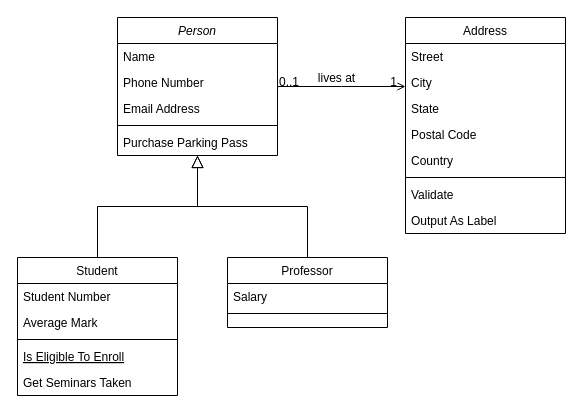
Earlier version of the draw.io diagram src/modulo_05/exercicio5_07/exercicio_05.07.drawio (enascentedev/Java-AlgaWorks). Source tidied: cells renumbered, new cells numbered last; positions are measured from the earlier drawing's top-left corner, leaving out a move shared by most shapes. Both pictures are drawn from the tidied source at 100%, with x=0, y=0 at pixel (17, 17).
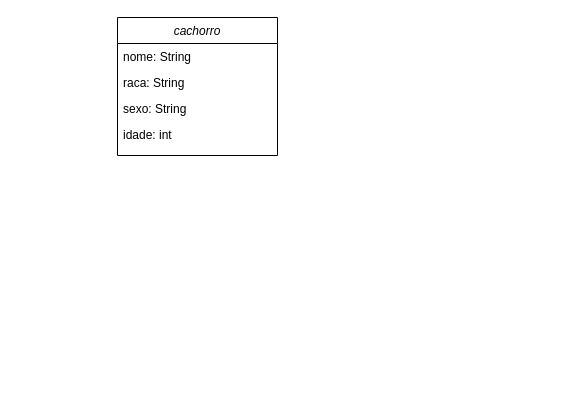
The same diagram, later.

What changed in the source:
```diff
@@
-    <mxCell id="2" value="Person" style="swimlane;fontStyle=2;align=center;verticalAlign=top;horizontal=1;startSize=26;rounded=0;shadow=0;strokeWidth=1;" parent="1" vertex="1">
+    <mxCell id="2" value="cachorro" style="swimlane;fontStyle=2;align=center;verticalAlign=top;horizontal=1;startSize=26;rounded=0;shadow=0;strokeWidth=1;" parent="1" vertex="1">
       <mxGeometry x="100" width="160" height="138" as="geometry" />
     </mxCell>
-    <mxCell id="3" value="Name" style="text;align=left;verticalAlign=top;spacingLeft=4;spacingRight=4;overflow=hidden;" parent="2" vertex="1">
+    <mxCell id="3" value="nome: String" style="text;align=left;verticalAlign=top;spacingLeft=4;spacingRight=4;overflow=hidden;" parent="2" vertex="1">
       <mxGeometry y="26" width="160" height="26" as="geometry" />
     </mxCell>
-    <mxCell id="4" value="Phone Number" style="text;align=left;verticalAlign=top;spacingLeft=4;spacingRight=4;overflow=hidden;rounded=0;shadow=0;html=0;" parent="2" vertex="1">
+    <mxCell id="4" value="raca: String" style="text;align=left;verticalAlign=top;spacingLeft=4;spacingRight=4;overflow=hidden;rounded=0;shadow=0;html=0;" parent="2" vertex="1">
       <mxGeometry y="52" width="160" height="26" as="geometry" />
     </mxCell>
-    <mxCell id="5" value="Email Address" style="text;align=left;verticalAlign=top;spacingLeft=4;spacingRight=4;overflow=hidden;rounded=0;shadow=0;html=0;" parent="2" vertex="1">
+    <mxCell id="5" value="sexo: String" style="text;align=left;verticalAlign=top;spacingLeft=4;spacingRight=4;overflow=hidden;rounded=0;shadow=0;html=0;" parent="2" vertex="1">
       <mxGeometry y="78" width="160" height="26" as="geometry" />
     </mxCell>
-    <mxCell id="6" style="line;html=1;strokeWidth=1;align=left;verticalAlign=middle;spacingTop=-1;spacingLeft=3;spacingRight=3;labelPosition=right;" parent="2" vertex="1">
-      <mxGeometry y="104" width="160" height="8" as="geometry" />
-    </mxCell>
-    <mxCell id="7" value="Purchase Parking Pass" style="text;align=left;verticalAlign=top;spacingLeft=4;spacingRight=4;overflow=hidden;" parent="2" vertex="1">
-      <mxGeometry y="112" width="160" height="26" as="geometry" />
-    </mxCell>
-    <mxCell id="8" value="Student" style="swimlane;fontStyle=0;align=center;verticalAlign=top;horizontal=1;startSize=26;rounded=0;shadow=0;strokeWidth=1;" parent="1" vertex="1">
-      <mxGeometry y="240" width="160" height="138" as="geometry" />
-    </mxCell>
-    <mxCell id="9" value="Student Number" style="text;align=left;verticalAlign=top;spacingLeft=4;spacingRight=4;overflow=hidden;" parent="8" vertex="1">
-      <mxGeometry y="26" width="160" height="26" as="geometry" />
-    </mxCell>
-    <mxCell id="10" value="Average Mark" style="text;align=left;verticalAlign=top;spacingLeft=4;spacingRight=4;overflow=hidden;rounded=0;shadow=0;html=0;" parent="8" vertex="1">
-      <mxGeometry y="52" width="160" height="26" as="geometry" />
-    </mxCell>
-    <mxCell id="11" style="line;html=1;strokeWidth=1;align=left;verticalAlign=middle;spacingTop=-1;spacingLeft=3;spacingRight=3;labelPosition=right;" parent="8" vertex="1">
-      <mxGeometry y="78" width="160" height="8" as="geometry" />
-    </mxCell>
-    <mxCell id="12" value="Is Eligible To Enroll" style="text;align=left;verticalAlign=top;spacingLeft=4;spacingRight=4;overflow=hidden;fontStyle=4;" parent="8" vertex="1">
-      <mxGeometry y="86" width="160" height="26" as="geometry" />
-    </mxCell>
-    <mxCell id="13" value="Get Seminars Taken" style="text;align=left;verticalAlign=top;spacingLeft=4;spacingRight=4;overflow=hidden;" parent="8" vertex="1">
-      <mxGeometry y="112" width="160" height="26" as="geometry" />
-    </mxCell>
-    <mxCell id="14" style="endArrow=block;endSize=10;endFill=0;shadow=0;strokeWidth=1;rounded=0;edgeStyle=elbowEdgeStyle;elbow=vertical;" parent="1" edge="1" source="8" target="2">
-      <mxGeometry relative="1" as="geometry" />
-    </mxCell>
-    <mxCell id="15" value="Professor" style="swimlane;fontStyle=0;align=center;verticalAlign=top;horizontal=1;startSize=26;rounded=0;shadow=0;strokeWidth=1;" parent="1" vertex="1">
-      <mxGeometry x="210" y="240" width="160" height="70" as="geometry" />
-    </mxCell>
-    <mxCell id="16" value="Salary" style="text;align=left;verticalAlign=top;spacingLeft=4;spacingRight=4;overflow=hidden;" parent="15" vertex="1">
-      <mxGeometry y="26" width="160" height="26" as="geometry" />
-    </mxCell>
-    <mxCell id="17" style="line;html=1;strokeWidth=1;align=left;verticalAlign=middle;spacingTop=-1;spacingLeft=3;spacingRight=3;labelPosition=right;" parent="15" vertex="1">
-      <mxGeometry y="52" width="160" height="8" as="geometry" />
-    </mxCell>
-    <mxCell id="18" style="endArrow=block;endSize=10;endFill=0;shadow=0;strokeWidth=1;rounded=0;edgeStyle=elbowEdgeStyle;elbow=vertical;" parent="1" edge="1" source="15" target="2">
-      <mxGeometry relative="1" as="geometry" />
-    </mxCell>
-    <mxCell id="19" value="Address" style="swimlane;fontStyle=0;align=center;verticalAlign=top;horizontal=1;startSize=26;rounded=0;shadow=0;strokeWidth=1;" parent="1" vertex="1">
-      <mxGeometry x="388" width="160" height="216" as="geometry" />
-    </mxCell>
-    <mxCell id="20" value="Street" style="text;align=left;verticalAlign=top;spacingLeft=4;spacingRight=4;overflow=hidden;" parent="19" vertex="1">
-      <mxGeometry y="26" width="160" height="26" as="geometry" />
-    </mxCell>
-    <mxCell id="21" value="City" style="text;align=left;verticalAlign=top;spacingLeft=4;spacingRight=4;overflow=hidden;rounded=0;shadow=0;html=0;" parent="19" vertex="1">
-      <mxGeometry y="52" width="160" height="26" as="geometry" />
-    </mxCell>
-    <mxCell id="22" value="State" style="text;align=left;verticalAlign=top;spacingLeft=4;spacingRight=4;overflow=hidden;rounded=0;shadow=0;html=0;" parent="19" vertex="1">
-      <mxGeometry y="78" width="160" height="26" as="geometry" />
-    </mxCell>
-    <mxCell id="23" value="Postal Code" style="text;align=left;verticalAlign=top;spacingLeft=4;spacingRight=4;overflow=hidden;rounded=0;shadow=0;html=0;" parent="19" vertex="1">
-      <mxGeometry y="104" width="160" height="26" as="geometry" />
-    </mxCell>
-    <mxCell id="24" value="Country" style="text;align=left;verticalAlign=top;spacingLeft=4;spacingRight=4;overflow=hidden;rounded=0;shadow=0;html=0;" parent="19" vertex="1">
-      <mxGeometry y="130" width="160" height="26" as="geometry" />
-    </mxCell>
-    <mxCell id="25" style="line;html=1;strokeWidth=1;align=left;verticalAlign=middle;spacingTop=-1;spacingLeft=3;spacingRight=3;labelPosition=right;" parent="19" vertex="1">
-      <mxGeometry y="156" width="160" height="8" as="geometry" />
-    </mxCell>
-    <mxCell id="26" value="Validate" style="text;align=left;verticalAlign=top;spacingLeft=4;spacingRight=4;overflow=hidden;" parent="19" vertex="1">
-      <mxGeometry y="164" width="160" height="26" as="geometry" />
-    </mxCell>
-    <mxCell id="27" value="Output As Label" style="text;align=left;verticalAlign=top;spacingLeft=4;spacingRight=4;overflow=hidden;" parent="19" vertex="1">
-      <mxGeometry y="190" width="160" height="26" as="geometry" />
-    </mxCell>
-    <mxCell id="28" style="endArrow=open;shadow=0;strokeWidth=1;rounded=0;endFill=1;edgeStyle=elbowEdgeStyle;elbow=vertical;" parent="1" edge="1" source="2" target="19">
-      <mxGeometry x="0.5" y="41" relative="1" as="geometry">
-        <mxPoint x="-40" y="32" as="offset" />
-      </mxGeometry>
-    </mxCell>
-    <mxCell id="29" value="0..1" style="align=left;verticalAlign=bottom;labelBackgroundColor=none;fontSize=12;" parent="28" vertex="1">
-      <mxGeometry x="-1" relative="1" as="geometry">
-        <mxPoint y="4" as="offset" />
-      </mxGeometry>
-    </mxCell>
-    <mxCell id="30" value="1" style="align=right;verticalAlign=bottom;labelBackgroundColor=none;fontSize=12;" parent="28" vertex="1">
-      <mxGeometry x="1" relative="1" as="geometry">
-        <mxPoint x="-7" y="4" as="offset" />
-      </mxGeometry>
-    </mxCell>
-    <mxCell id="31" value="lives at" style="text;html=1;align=center;verticalAlign=middle;labelBackgroundColor=none;rounded=0;shadow=0;strokeWidth=1;fontSize=12;" parent="28" vertex="1">
-      <mxGeometry x="0.5" y="49" relative="1" as="geometry">
-        <mxPoint x="-38" y="40" as="offset" />
-      </mxGeometry>
-    </mxCell>
+    <mxCell id="32" value="idade: int" style="text;align=left;verticalAlign=top;spacingLeft=4;spacingRight=4;overflow=hidden;rounded=0;shadow=0;html=0;" parent="2" vertex="1">
+      <mxGeometry y="104" width="160" height="26" as="geometry" />
+    </mxCell>
```
